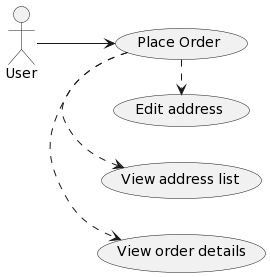
Above: Lab1/Lab1_2/UseCaseDiagram/PlaceOrder.png in PhuocTri0106and1608/SE357-Pratice-class (PlantUML), before the change.
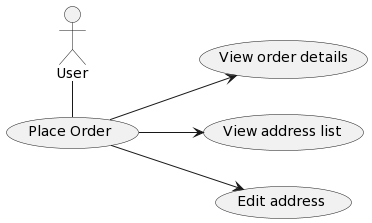
Above is the later version.

What changed in the source:
```diff
@@ -1,8 +1,8 @@
 @startuml
 left to right direction
-:User: --> (a)
-"Place Order" as (a)
-(a) .> (View order details)
-(a) .> (View address list)
-(a) .> (Edit address)
+    :User: - (a)
+    "Place Order" as (a)
+    (a) --> (View order details)
+    (a) --> (View address list)
+    (a) --> (Edit address)
 @enduml
```
